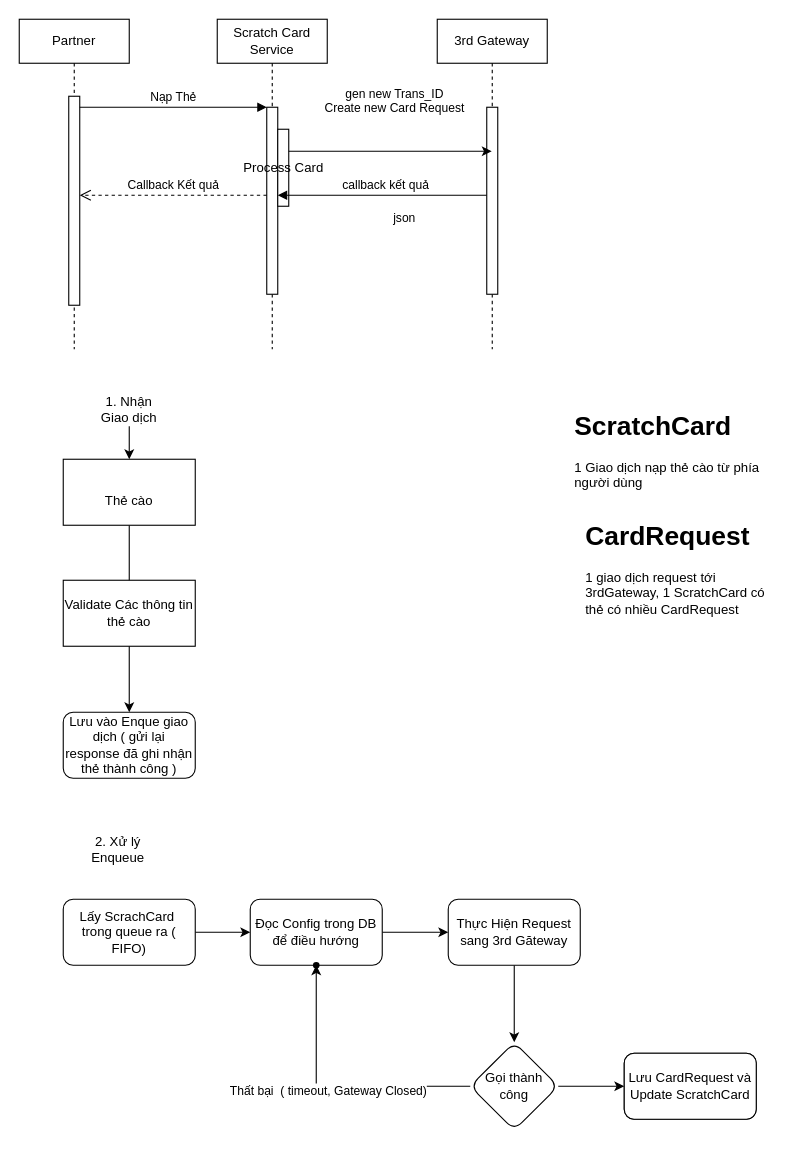
Earlier version of the draw.io diagram scratct_card_flow.drawio (bachdev/diagram). Source tidied: cells renumbered, new cells numbered last; positions are measured from the earlier drawing's top-left corner, leaving out a move shared by most shapes. Both pictures are drawn from the tidied source at 110%, with x=0, y=0 at pixel (19, 19).
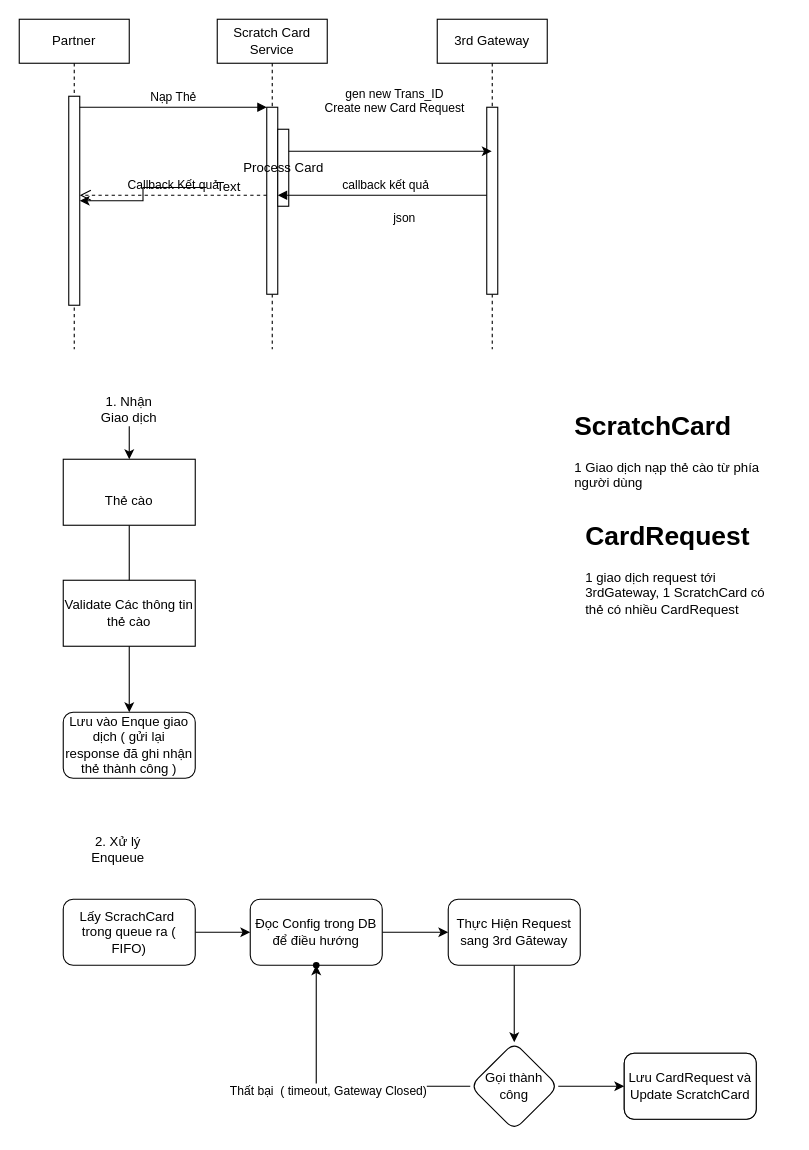
Above is the later version.

The change refers to these unchanged cells:
```xml
<mxCell id="3" style="html=1;points=[];perimeter=orthogonalPerimeter;outlineConnect=0;targetShapes=umlLifeline;portConstraint=eastwest;newEdgeStyle={&quot;edgeStyle&quot;:&quot;elbowEdgeStyle&quot;,&quot;elbow&quot;:&quot;vertical&quot;,&quot;curved&quot;:0,&quot;rounded&quot;:0};" parent="2" vertex="1">
  <mxGeometry x="45" y="70" width="10" height="190" as="geometry" />
</mxCell>
```

The edit, as a diff of the source:
```diff
@@
+    <mxCell id="37" style="edgeStyle=orthogonalEdgeStyle;rounded=0;jettySize=auto;html=1;" parent="1" edge="1" source="38" target="3">
+      <mxGeometry relative="1" as="geometry" />
+    </mxCell>
+    <mxCell id="38" value="Text" style="text;html=1;align=center;verticalAlign=middle;points=[];strokeColor=none;fillColor=none;" parent="1" vertex="1">
+      <mxGeometry x="170" y="138" width="40" height="30" as="geometry" />
+    </mxCell>
```
